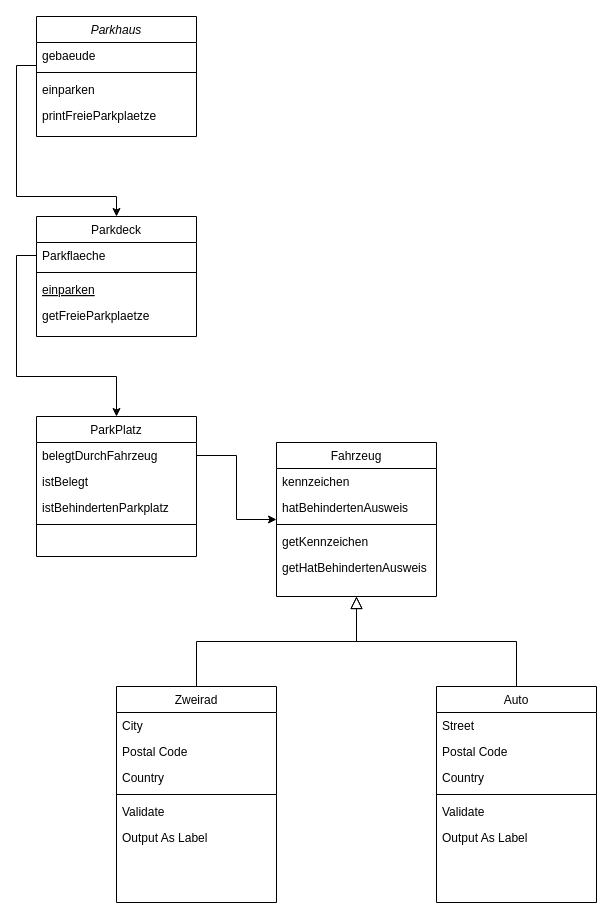
Before: doc/Parken.drawio in JohnMeyerhoff/autohaus, a draw.io diagram. Source tidied: cells renumbered, new cells numbered last; positions are measured from the earlier drawing's top-left corner, leaving out a move shared by most shapes. Both pictures are drawn from the tidied source at 100%, with x=0, y=0 at pixel (16, 16).
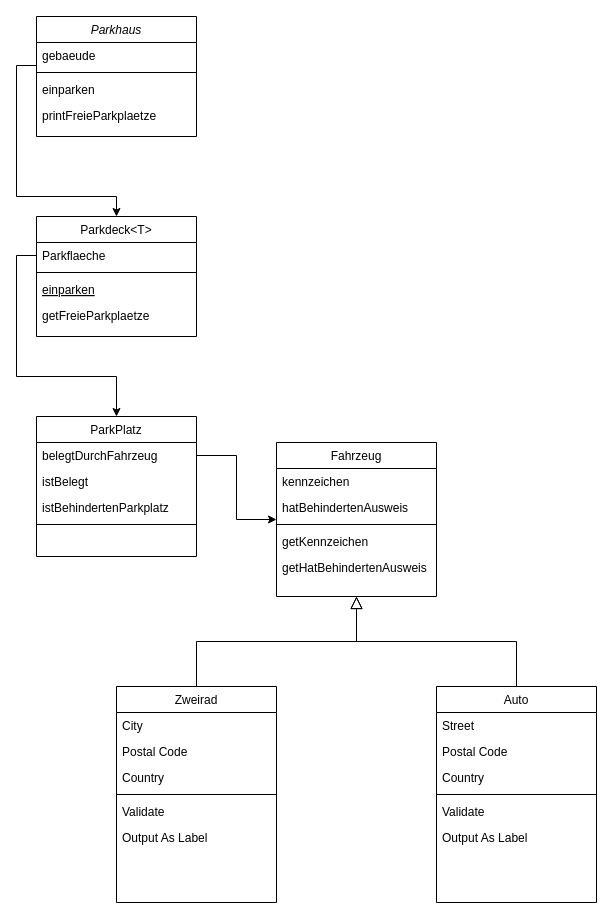
After the change.

What changed in the source:
```diff
@@
-    <mxCell id="7" value="Parkdeck" style="swimlane;fontStyle=0;align=center;verticalAlign=top;horizontal=1;startSize=26;rounded=0;shadow=0;strokeWidth=1;" parent="1" vertex="1">
+    <mxCell id="7" value="Parkdeck&lt;T&gt;" style="swimlane;fontStyle=0;align=center;verticalAlign=top;horizontal=1;startSize=26;rounded=0;shadow=0;strokeWidth=1;" parent="1" vertex="1">
       <mxGeometry x="20" y="200" width="160" height="120" as="geometry" />
     </mxCell>
```
